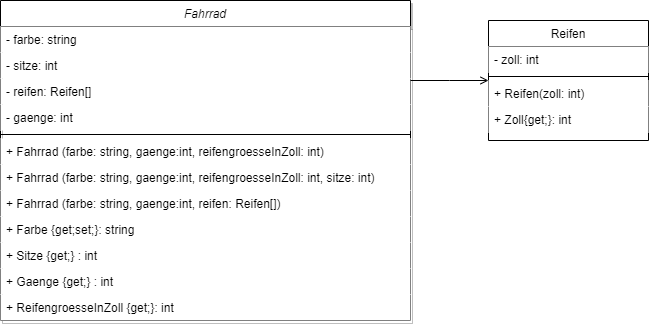
Before: UML/1_Fahrrad.drawio.png, a diagram exported from draw.io (gsoTH/tdd_Uebungen). Source tidied: cells renumbered, new cells last; positions are measured from the earlier drawing's top-left corner, leaving out a move shared by most shapes.
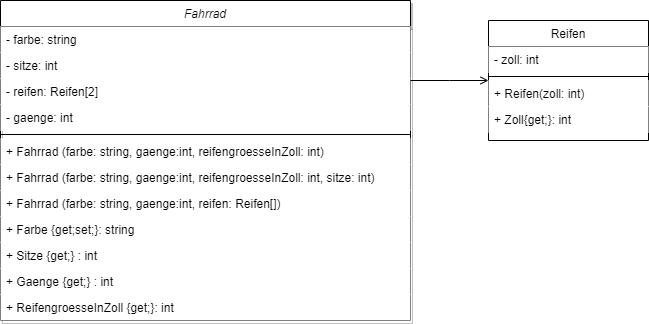
After the change.

Commit message:
Reifenarray hat nun eine Größe

Change to the diagram source:
```diff
@@ -11,7 +11,7 @@
     <mxCell id="4" value="- sitze: int" style="text;align=left;verticalAlign=top;spacingLeft=4;spacingRight=4;overflow=hidden;rounded=0;shadow=0;html=0;fillColor=#FFFFFF;" parent="2" vertex="1">
       <mxGeometry y="52" width="410" height="26" as="geometry" />
     </mxCell>
-    <mxCell id="5" value="- reifen: Reifen[]" style="text;align=left;verticalAlign=top;spacingLeft=4;spacingRight=4;overflow=hidden;rounded=0;shadow=0;html=0;fillColor=#FFFFFF;" parent="2" vertex="1">
+    <mxCell id="5" value="- reifen: Reifen[2]" style="text;align=left;verticalAlign=top;spacingLeft=4;spacingRight=4;overflow=hidden;rounded=0;shadow=0;html=0;fillColor=#FFFFFF;" parent="2" vertex="1">
       <mxGeometry y="78" width="410" height="26" as="geometry" />
     </mxCell>
     <mxCell id="6" value="- gaenge: int" style="text;align=left;verticalAlign=top;spacingLeft=4;spacingRight=4;overflow=hidden;rounded=0;shadow=0;html=0;fillColor=#FFFFFF;" parent="2" vertex="1">
```
